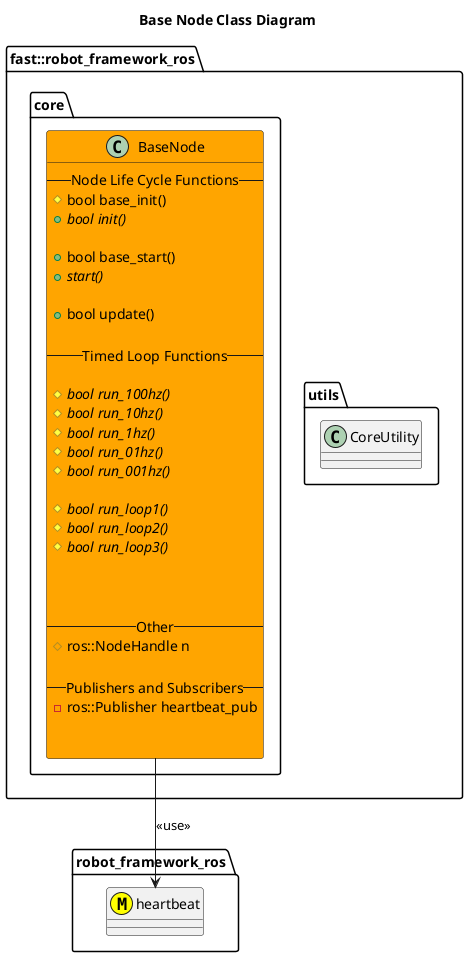
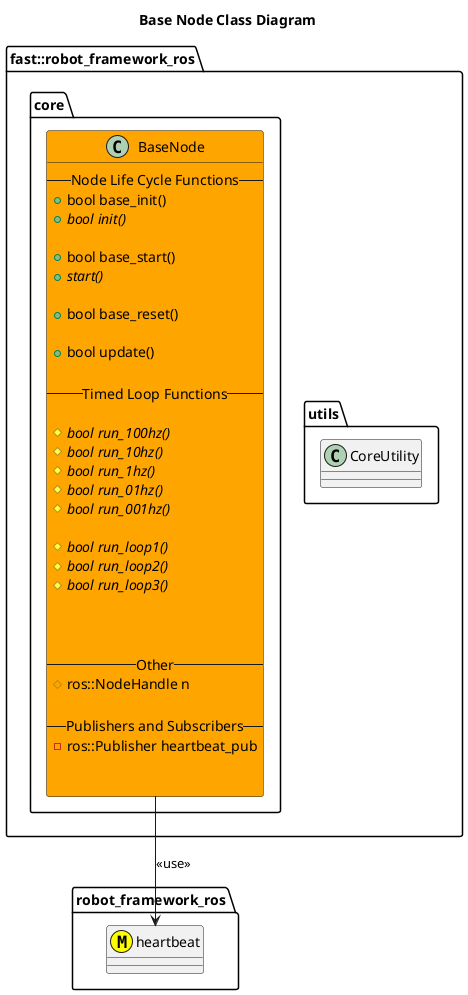
@startuml
title Base Node Class Diagram
namespace robot_framework_ros {
    class heartbeat <<(M,#FFFF00)>>
}
namespace fast::robot_framework_ros {
    namespace utils {
        class CoreUtility
    }
    namespace core {
        class BaseNode #Orange{
            --Node Life Cycle Functions--
-             #bool base_init()
+             +bool base_init()
            +{abstract} bool init()

            +bool base_start()
            +{abstract} start()
+ 
+             +bool base_reset()

            +bool update()

            --Timed Loop Functions--

            #{abstract} bool run_100hz()
            #{abstract} bool run_10hz()
            #{abstract} bool run_1hz()
            #{abstract} bool run_01hz()
            #{abstract} bool run_001hz()

            #{abstract} bool run_loop1()
            #{abstract} bool run_loop2()
            #{abstract} bool run_loop3()



            --Other--
            #ros::NodeHandle n

            --Publishers and Subscribers--
            -ros::Publisher heartbeat_pub


        }
        BaseNode --> heartbeat: <<use>>

    }
}
@enduml